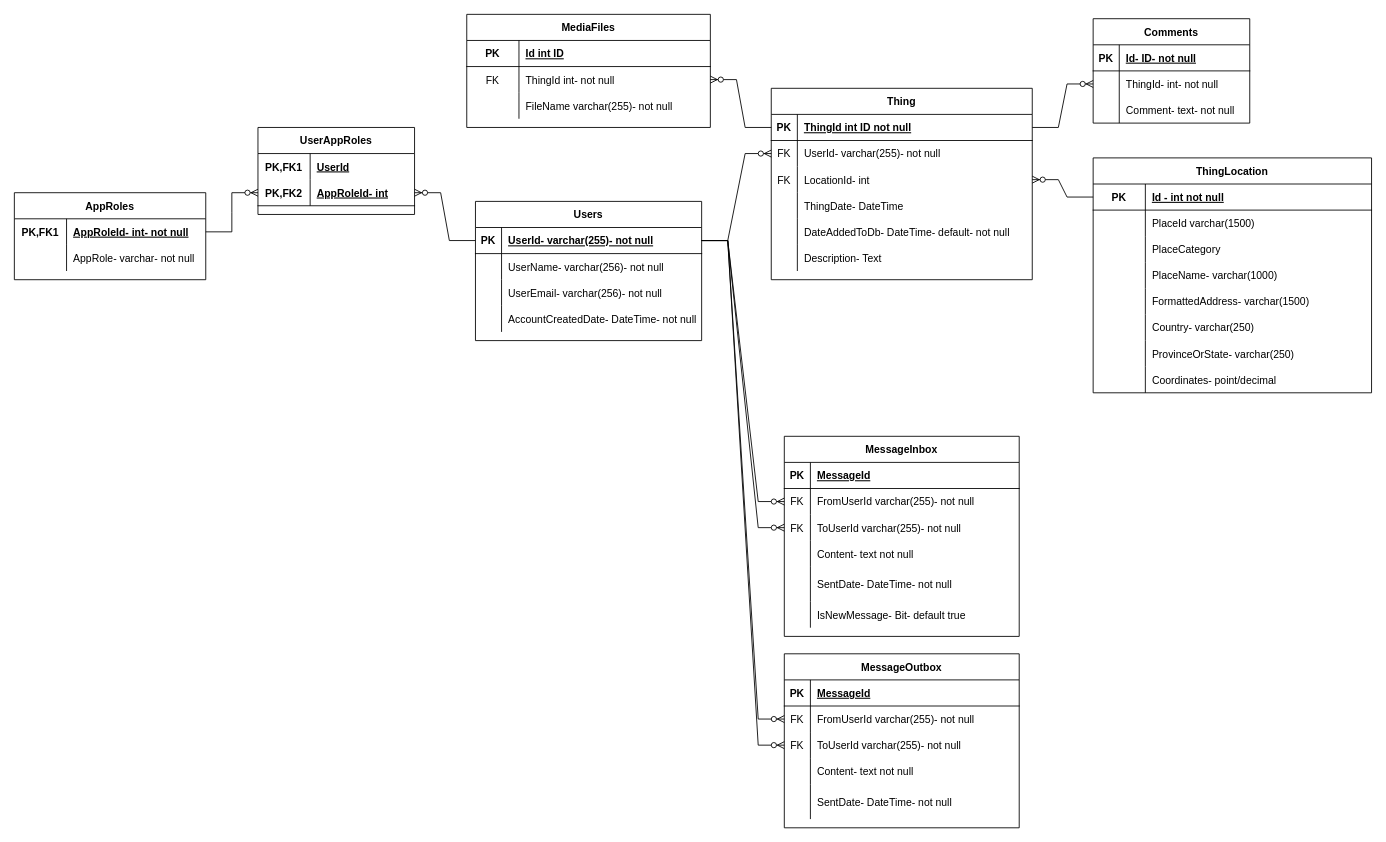
The draw.io diagram IAmTraveling/IAmTraveling-ERD.drawio in Corytb/RepositoryOfCory, before the edit. Source tidied: cells renumbered, new cells numbered last; positions are measured from the earlier drawing's top-left corner, leaving out a move shared by most shapes. Both pictures are drawn from the tidied source at 87%, with x=0, y=0 at pixel (14, 14).
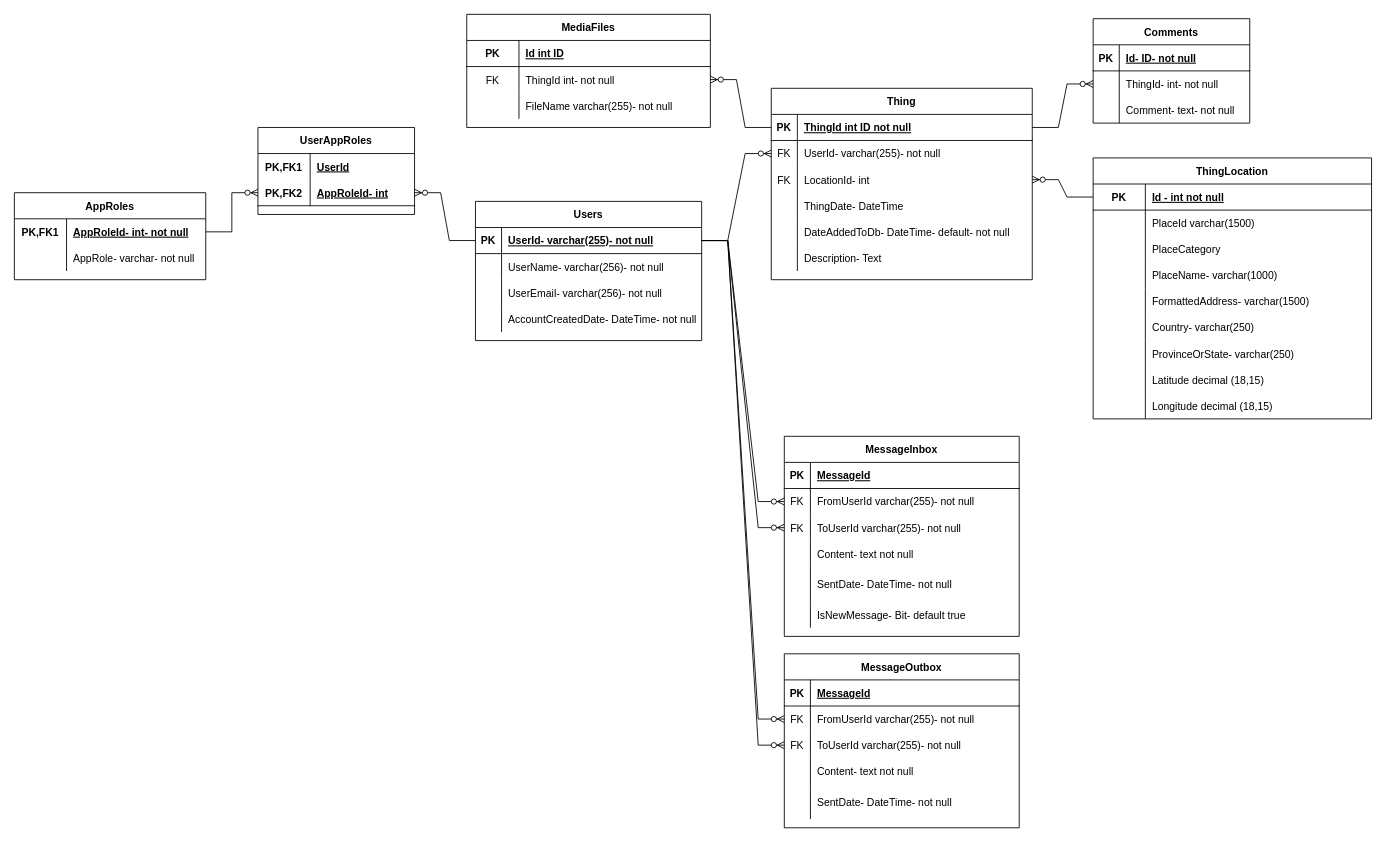
The same diagram, later.

The change refers to these unchanged cells:
```xml
<mxCell id="123" style="shape=tableRow;horizontal=0;startSize=0;swimlaneHead=0;swimlaneBody=0;fillColor=none;top=0;left=0;right=0;bottom=0;" parent="101" vertex="1">
  <mxGeometry y="240" width="320" height="30" as="geometry" />
</mxCell>
```

What changed in the source:
```diff
@@
     <mxCell id="101" value="ThingLocation" style="shape=table;startSize=30;childLayout=tableLayout;rowLines=0;fontStyle=1;align=center;" parent="1" vertex="1">
-      <mxGeometry x="1240" y="165" width="320" height="270" as="geometry" />
+      <mxGeometry x="1240" y="165" width="320" height="300" as="geometry" />
     </mxCell>
@@
-    <mxCell id="125" value="Coordinates- point/decimal" style="shape=partialRectangle;fillColor=none;top=0;left=0;bottom=0;right=0;align=left;spacingLeft=6;overflow=hidden;" parent="123" vertex="1">
+    <mxCell id="125" value="Latitude decimal (18,15)" style="shape=partialRectangle;fillColor=none;top=0;left=0;bottom=0;right=0;align=left;spacingLeft=6;overflow=hidden;" parent="123" vertex="1">
       <mxGeometry x="60" width="260" height="30" as="geometry" />
     </mxCell>
+    <mxCell id="138" style="shape=tableRow;horizontal=0;startSize=0;swimlaneHead=0;swimlaneBody=0;fillColor=none;top=0;left=0;right=0;bottom=0;" parent="101" vertex="1">
+      <mxGeometry y="270" width="320" height="30" as="geometry" />
+    </mxCell>
+    <mxCell id="139" style="shape=partialRectangle;fillColor=none;top=0;left=0;bottom=0;right=0;overflow=hidden;" parent="138" vertex="1">
+      <mxGeometry width="60" height="30" as="geometry" />
+    </mxCell>
+    <mxCell id="140" value="Longitude decimal (18,15)" style="shape=partialRectangle;fillColor=none;top=0;left=0;bottom=0;right=0;align=left;spacingLeft=6;overflow=hidden;" parent="138" vertex="1">
+      <mxGeometry x="60" width="260" height="30" as="geometry" />
+    </mxCell>
```
